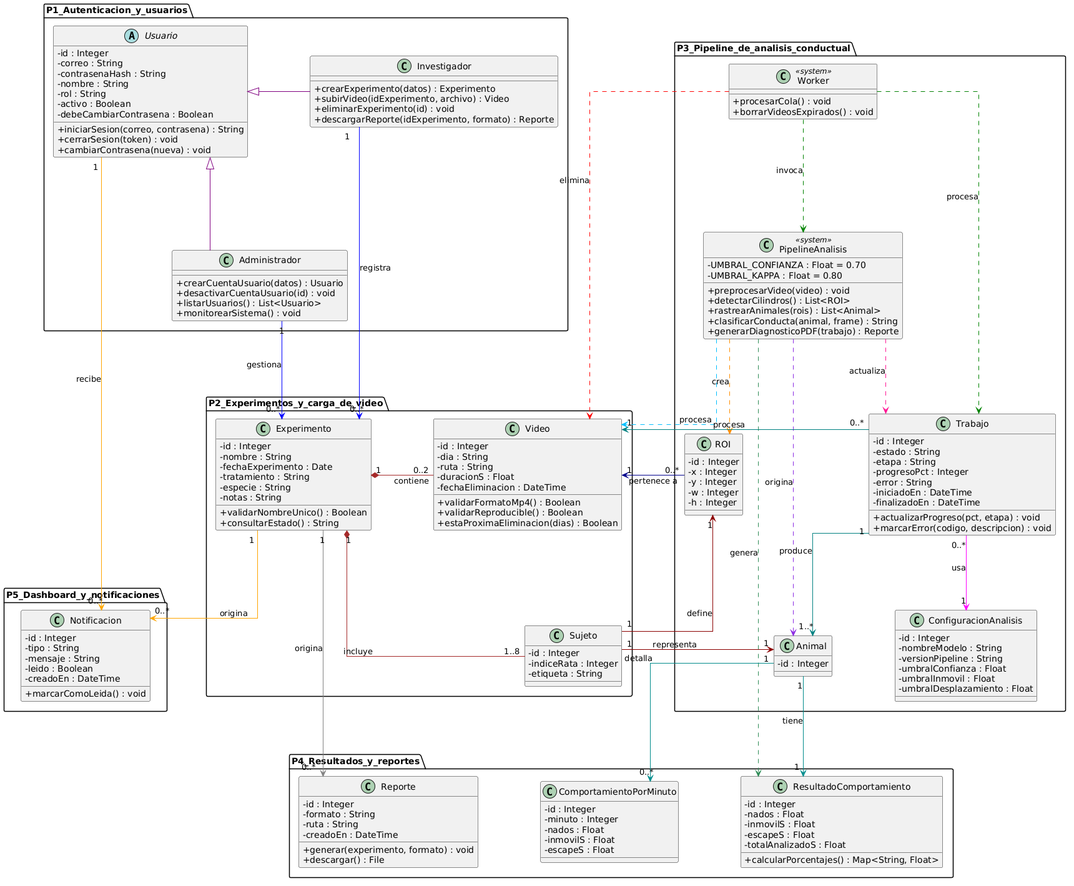
Above: diagramas/clases.png in ErickJester/fst-ai-system-latex (PlantUML), before the change. Its diagram source:
```plantuml
@startuml
skinparam linetype ortho
skinparam classAttributeIconSize 0

skinparam nodesep 100
skinparam ranksep 120

package P1_Autenticacion_y_usuarios {
    abstract class Usuario {
        -id : Integer
        -correo : String
        -contrasenaHash : String
        -nombre : String
        -rol : String
        -activo : Boolean
        -debeCambiarContrasena : Boolean
        +iniciarSesion(correo, contrasena) : String
        +cerrarSesion(token) : void
        +cambiarContrasena(nueva) : void
    }

    class Investigador {
        +crearExperimento(datos) : Experimento
        +subirVideo(idExperimento, archivo) : Video
        +eliminarExperimento(id) : void
        +descargarReporte(idExperimento, formato) : Reporte
    }

    class Administrador {
        +crearCuentaUsuario(datos) : Usuario
        +desactivarCuentaUsuario(id) : void
        +listarUsuarios() : List<Usuario>
        +monitorearSistema() : void
    }
}

package P2_Experimentos_y_carga_de_video {
    class Experimento {
        -id : Integer
        -nombre : String
        -fechaExperimento : Date
        -tratamiento : String
        -especie : String
        -notas : String
        +validarNombreUnico() : Boolean
        +consultarEstado() : String
    }

    class Video {
        -id : Integer
        -dia : String
        -ruta : String
        -duracionS : Float
        -fechaEliminacion : DateTime
        +validarFormatoMp4() : Boolean
        +validarReproducible() : Boolean
        +estaProximaEliminacion(dias) : Boolean
    }

    class Sujeto {
        -id : Integer
        -indiceRata : Integer
        -etiqueta : String
    }
}

package P5_Dashboard_y_notificaciones {
    class Notificacion {
        -id : Integer
        -tipo : String
        -mensaje : String
        -leido : Boolean
        -creadoEn : DateTime
        +marcarComoLeida() : void
    }
}

package P3_Pipeline_de_analisis_conductual {
    class Worker <<system>> {
        +procesarCola() : void
        +borrarVideosExpirados() : void
    }

    class PipelineAnalisis <<system>> {
        -UMBRAL_CONFIANZA : Float = 0.70
        -UMBRAL_KAPPA : Float = 0.80
        +preprocesarVideo(video) : void
        +detectarCilindros() : List<ROI>
        +rastrearAnimales(rois) : List<Animal>
        +clasificarConducta(animal, frame) : String
        +generarDiagnosticoPDF(trabajo) : Reporte
    }

    class Trabajo {
        -id : Integer
        -estado : String
        -etapa : String
        -progresoPct : Integer
        -error : String
        -iniciadoEn : DateTime
        -finalizadoEn : DateTime
        +actualizarProgreso(pct, etapa) : void
        +marcarError(codigo, descripcion) : void
    }

    class ConfiguracionAnalisis {
        -id : Integer
        -nombreModelo : String
        -versionPipeline : String
        -umbralConfianza : Float
        -umbralInmovil : Float
        -umbralDesplazamiento : Float
    }

    class ROI {
        -id : Integer
        -x : Integer
        -y : Integer
        -w : Integer
        -h : Integer
    }

    class Animal {
        -id : Integer
    }
}

package P4_Resultados_y_reportes {
    class ResultadoComportamiento {
        -id : Integer
        -nados : Float
        -inmovilS : Float
        -escapeS : Float
        -totalAnalizadoS : Float
        +calcularPorcentajes() : Map<String, Float>
    }

    class Reporte {
        -id : Integer
        -formato : String
        -ruta : String
        -creadoEn : DateTime
        +generar(experimento, formato) : void
        +descargar() : File
    }

    class ComportamientoPorMinuto {
        -id : Integer
        -minuto : Integer
        -nados : Float
        -inmovilS : Float
        -escapeS : Float
    }
}

Usuario <|-[#purple] Investigador
Usuario <|-[#purple]- Administrador

Investigador "1" -[#blue]-> "0..*" Experimento : registra
Administrador "1" -[#blue]-> "0..*" Experimento : gestiona

Experimento "1" *-[#brown] "0..2" Video : contiene
Experimento "1" *-[#brown]- "1..8" Sujeto : incluye

Experimento "1" -[#orange]-> "0..*" Notificacion : origina
Usuario "1" -[#orange]-> "0..*" Notificacion : recibe

Worker .[#green].> Trabajo : procesa
Worker .[#green].> PipelineAnalisis : invoca
Worker .[#red].> Video : elimina

PipelineAnalisis .[#00BFFF].> Video : procesa
PipelineAnalisis .[#FF1493].> Trabajo : actualiza
PipelineAnalisis .[#FF8C00].> ROI : crea
PipelineAnalisis .[#8A2BE2].> Animal : origina
PipelineAnalisis .[#2E8B57].> ResultadoComportamiento : genera

Trabajo "0..*" -[#teal]-> "1" Video : procesa
Trabajo "0..*" -[#magenta]-> "1" ConfiguracionAnalisis : usa
Trabajo "1" -[#teal]-> "1..*" Animal : produce

ROI "0..*" -[#darkblue]right-> "1" Video : pertenece a
Sujeto "1" -[#darkred]-> "1" ROI : define
Sujeto "1" -[#darkred]-> "1" Animal : representa

Animal "1" -[#darkcyan]-> "1" ResultadoComportamiento : tiene
Animal "1" -[#darkcyan]-> "0..*" ComportamientoPorMinuto : detalla
Experimento "1" -[#gray]-> "0..*" Reporte : origina
@enduml
```
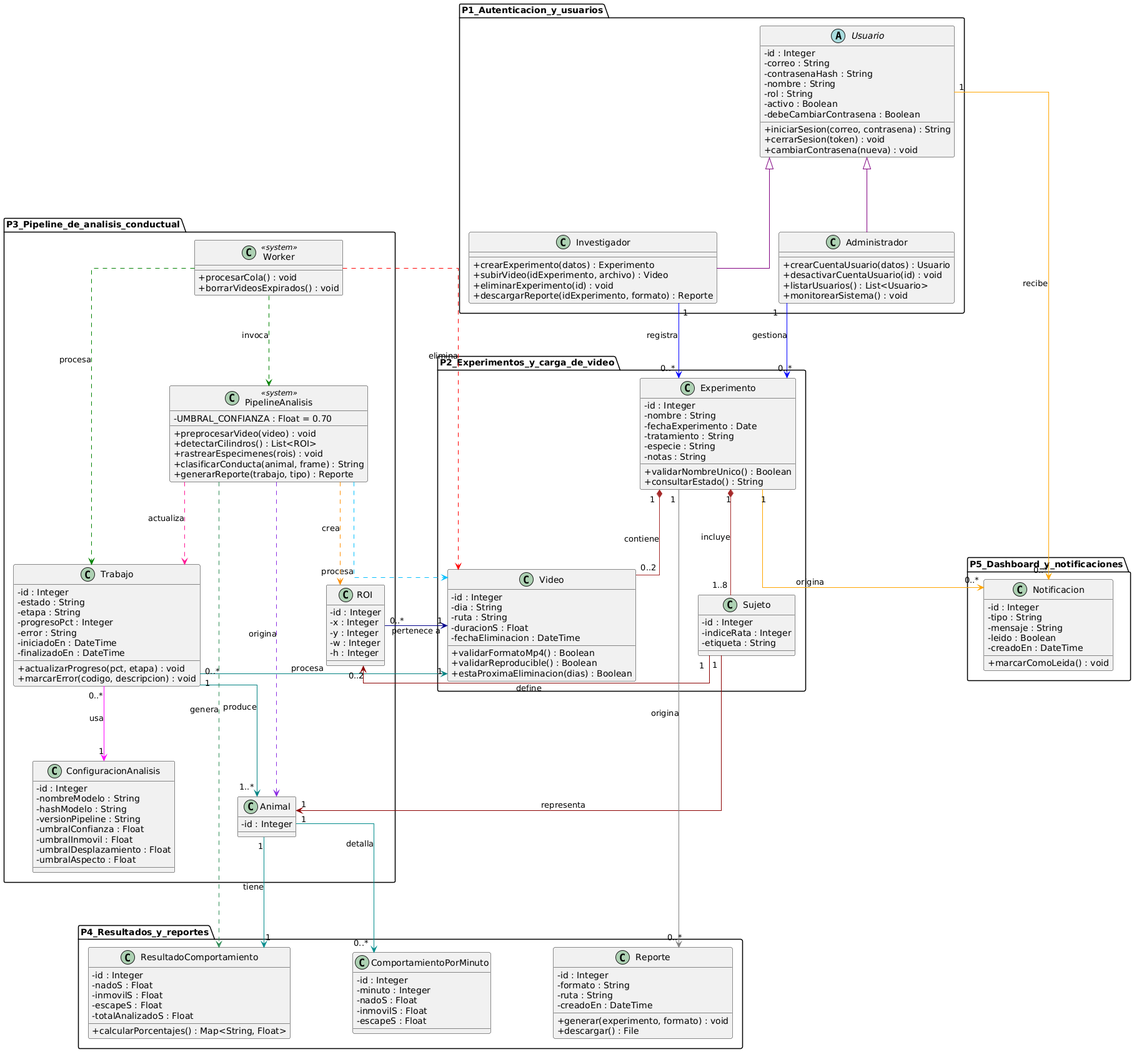
Above is the later version.

Commit message:
Eliminar diagramas.docx y actualizar clases.png

Diff of the diagram source:
```diff
@@ -1,7 +1,6 @@
 @startuml
 skinparam linetype ortho
 skinparam classAttributeIconSize 0
-
 skinparam nodesep 100
 skinparam ranksep 120
 
@@ -83,12 +82,11 @@
 
     class PipelineAnalisis <<system>> {
         -UMBRAL_CONFIANZA : Float = 0.70
-        -UMBRAL_KAPPA : Float = 0.80
         +preprocesarVideo(video) : void
         +detectarCilindros() : List<ROI>
-        +rastrearAnimales(rois) : List<Animal>
+        +rastrearEspecimenes(rois) : void
         +clasificarConducta(animal, frame) : String
-        +generarDiagnosticoPDF(trabajo) : Reporte
+        +generarReporte(trabajo, tipo) : Reporte
     }
 
     class Trabajo {
@@ -106,10 +104,12 @@
     class ConfiguracionAnalisis {
         -id : Integer
         -nombreModelo : String
+        -hashModelo : String
         -versionPipeline : String
         -umbralConfianza : Float
         -umbralInmovil : Float
         -umbralDesplazamiento : Float
+        -umbralAspecto : Float
     }
 
     class ROI {
@@ -128,7 +128,7 @@
 package P4_Resultados_y_reportes {
     class ResultadoComportamiento {
         -id : Integer
-        -nados : Float
+        -nadoS : Float
         -inmovilS : Float
         -escapeS : Float
         -totalAnalizadoS : Float
@@ -147,19 +147,19 @@
     class ComportamientoPorMinuto {
         -id : Integer
         -minuto : Integer
-        -nados : Float
+        -nadoS : Float
         -inmovilS : Float
         -escapeS : Float
     }
 }
 
-Usuario <|-[#purple] Investigador
+Usuario <|-[#purple]- Investigador
 Usuario <|-[#purple]- Administrador
 
 Investigador "1" -[#blue]-> "0..*" Experimento : registra
 Administrador "1" -[#blue]-> "0..*" Experimento : gestiona
 
-Experimento "1" *-[#brown] "0..2" Video : contiene
+Experimento "1" *-[#brown]- "0..2" Video : contiene
 Experimento "1" *-[#brown]- "1..8" Sujeto : incluye
 
 Experimento "1" -[#orange]-> "0..*" Notificacion : origina
@@ -169,7 +169,7 @@
 Worker .[#green].> PipelineAnalisis : invoca
 Worker .[#red].> Video : elimina
 
-PipelineAnalisis .[#00BFFF].> Video : procesa
+PipelineAnalisis .[#00BFFF]> Video : procesa
 PipelineAnalisis .[#FF1493].> Trabajo : actualiza
 PipelineAnalisis .[#FF8C00].> ROI : crea
 PipelineAnalisis .[#8A2BE2].> Animal : origina
@@ -180,7 +180,7 @@
 Trabajo "1" -[#teal]-> "1..*" Animal : produce
 
 ROI "0..*" -[#darkblue]right-> "1" Video : pertenece a
-Sujeto "1" -[#darkred]-> "1" ROI : define
+Sujeto "1" -[#darkred]> "0..2" ROI : define
 Sujeto "1" -[#darkred]-> "1" Animal : representa
 
 Animal "1" -[#darkcyan]-> "1" ResultadoComportamiento : tiene
```
